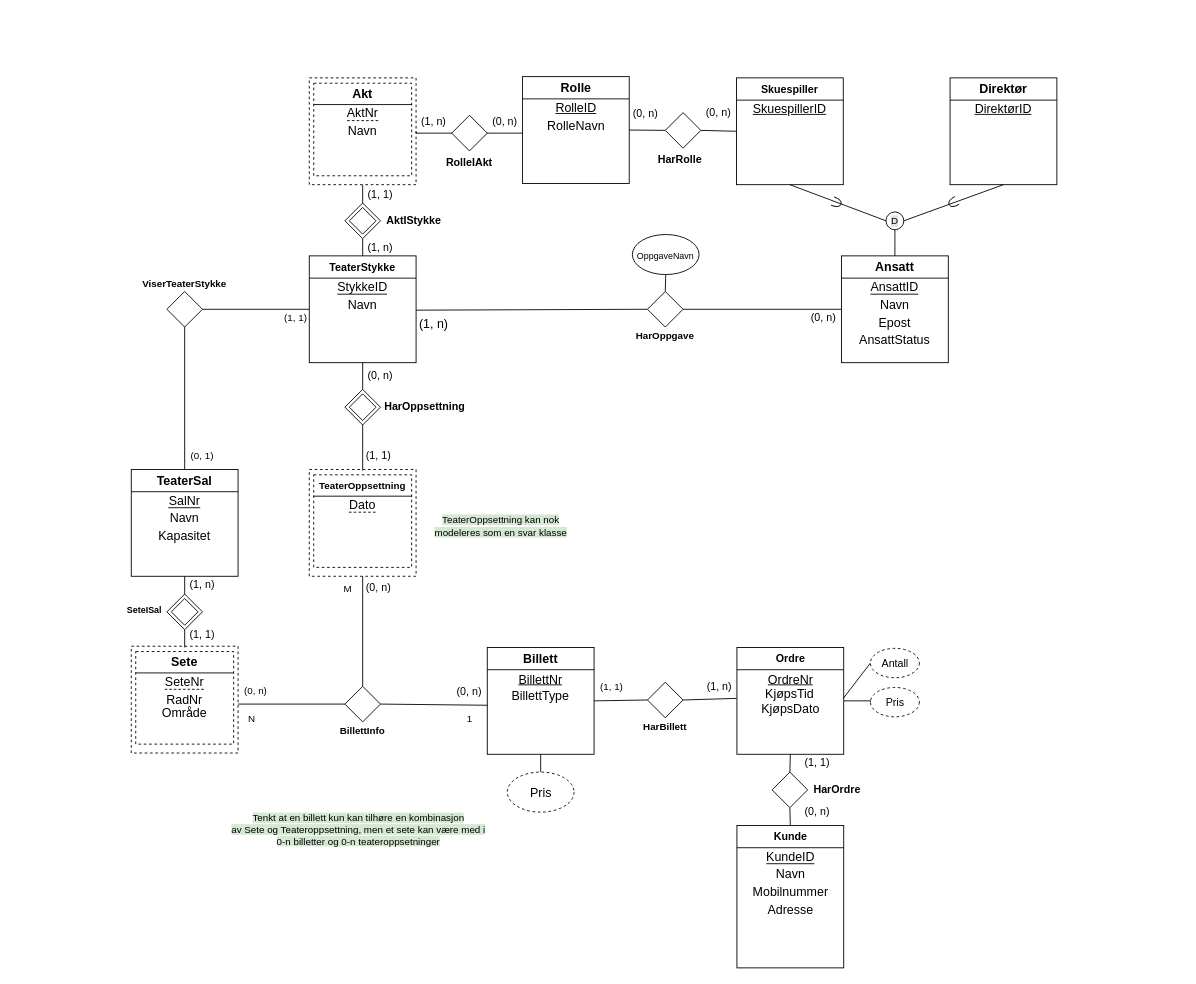
This is prosjekt-db-245.drawio from tobiaslborning/prosjekt-databaser-gr245, a draw.io file, before an edit. Source tidied: cells renumbered, new cells numbered last; positions are measured from the earlier drawing's top-left corner, leaving out a move shared by most shapes. Both pictures are drawn from the tidied source at 89%, with x=0, y=0 at pixel (117, 77).
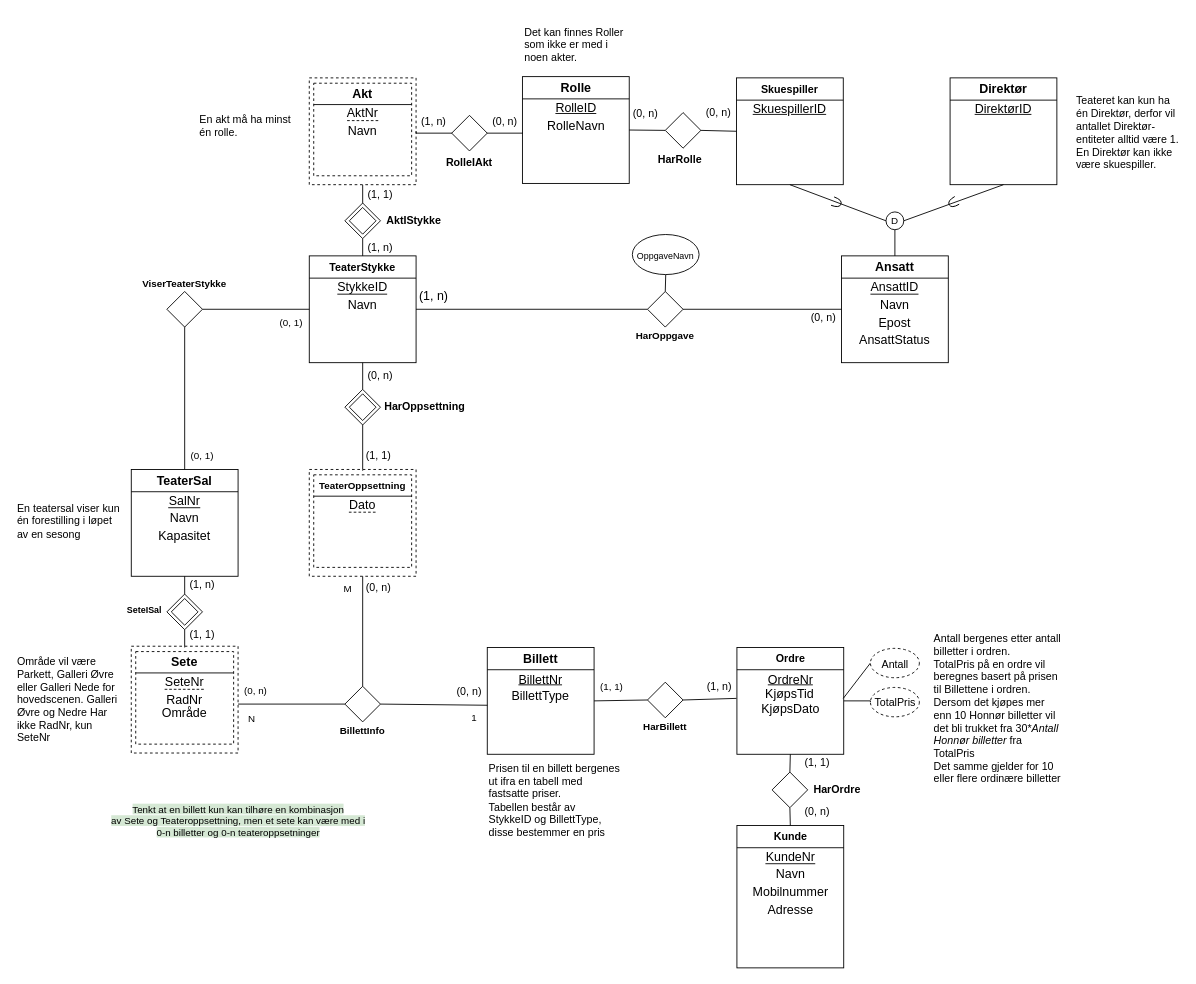
The same diagram, later.

Unchanged cells that the change refers to:
```xml
<mxCell id="111" style="rounded=0;whiteSpace=wrap;html=1;fontSize=14;strokeColor=default;strokeWidth=1;fontFamily=Helvetica;fontColor=#000000;" parent="1" vertex="1">
  <mxGeometry x="415" y="641" width="120" height="120" as="geometry" />
</mxCell>
<mxCell id="155" style="rhombus;whiteSpace=wrap;html=1;fontSize=14;strokeColor=default;labelBackgroundColor=#D5E8D4;fontFamily=Helvetica;fontColor=#000000;" parent="1" vertex="1">
  <mxGeometry x="595" y="241" width="40" height="40" as="geometry" />
</mxCell>
```

Change to the diagram source:
```diff
@@
-    <mxCell id="28" value="&lt;span style=&quot;border-bottom: 1px solid black&quot;&gt;&lt;font style=&quot;font-size: 14px;&quot;&gt;KundeID&lt;/font&gt;&lt;/span&gt;" style="text;strokeColor=none;align=center;fillColor=none;html=1;verticalAlign=middle;whiteSpace=wrap;rounded=0;strokeWidth=1;labelPosition=center;verticalLabelPosition=middle;fontSize=12;" parent="1" vertex="1">
+    <mxCell id="28" value="&lt;span style=&quot;border-bottom: 1px solid black&quot;&gt;&lt;font style=&quot;font-size: 14px;&quot;&gt;KundeNr&lt;/font&gt;&lt;/span&gt;" style="text;strokeColor=none;align=center;fillColor=none;html=1;verticalAlign=middle;whiteSpace=wrap;rounded=0;strokeWidth=1;labelPosition=center;verticalLabelPosition=middle;fontSize=12;" parent="1" vertex="1">
       <mxGeometry x="695.5" y="866" width="120" height="20" as="geometry" />
     </mxCell>
@@
-    <mxCell id="30" value="&lt;font style=&quot;font-size: 12px;&quot;&gt;Pris&lt;/font&gt;" style="ellipse;whiteSpace=wrap;html=1;fontSize=14;fontColor=#000000;dashed=1;" parent="1" vertex="1">
+    <mxCell id="30" value="&lt;font style=&quot;font-size: 12px;&quot;&gt;TotalPris&lt;/font&gt;" style="ellipse;whiteSpace=wrap;html=1;fontSize=14;fontColor=#000000;dashed=1;" parent="1" vertex="1">
       <mxGeometry x="845.5" y="685.9" width="55" height="33" as="geometry" />
     </mxCell>
@@
     <mxCell id="108" value="(1, n)" style="text;strokeColor=none;align=center;fillColor=none;html=1;verticalAlign=middle;whiteSpace=wrap;rounded=0;fontSize=14;fontFamily=Helvetica;fontColor=#000000;" parent="1" vertex="1">
-      <mxGeometry x="335" y="262" width="40" height="30" as="geometry" />
+      <mxGeometry x="335" y="231" width="40" height="30" as="geometry" />
     </mxCell>
-    <mxCell id="109" style="edgeStyle=none;shape=connector;rounded=0;jettySize=auto;html=1;exitX=0.5;exitY=1;exitDx=0;exitDy=0;entryX=0.5;entryY=0;entryDx=0;entryDy=0;labelBackgroundColor=default;strokeColor=#000000;fontFamily=Helvetica;fontSize=11;fontColor=#000000;endArrow=none;endFill=0;" parent="1" edge="1" source="111" target="118">
-      <mxGeometry relative="1" as="geometry" />
-    </mxCell>
@@
-    <mxCell id="118" value="Pris" style="ellipse;whiteSpace=wrap;html=1;fontSize=14;fontColor=#000000;dashed=1;fontFamily=Helvetica;" parent="1" vertex="1">
-      <mxGeometry x="437.5" y="781" width="75" height="45" as="geometry" />
-    </mxCell>
@@
     <mxCell id="120" value="1" style="text;html=1;align=center;verticalAlign=middle;strokeColor=none;fillColor=none;fontSize=11;fontFamily=Helvetica;fontColor=#000000;" parent="1" vertex="1">
-      <mxGeometry x="380" y="706.1" width="30" height="30" as="geometry" />
+      <mxGeometry x="385" y="704.6" width="30" height="30" as="geometry" />
     </mxCell>
@@
-    <mxCell id="128" value="&lt;span style=&quot;background-color: rgb(213, 232, 212);&quot;&gt;TeaterOppsettning kan nok&lt;br&gt;modeleres som en svar klasse&lt;br&gt;&lt;/span&gt;" style="text;html=1;align=center;verticalAlign=middle;strokeColor=none;fillColor=none;fontSize=11;fontFamily=Helvetica;fontColor=#000000;" parent="1" vertex="1">
-      <mxGeometry x="345" y="485.4" width="170" height="40" as="geometry" />
-    </mxCell>
     <mxCell id="129" value="&lt;span style=&quot;background-color: rgb(213, 232, 212);&quot;&gt;Tenkt at en billett kun kan tilhøre en kombinasjon&lt;br&gt;av Sete og Teateroppsettning, men et sete kan være med i&lt;br&gt;0-n billetter og 0-n teateroppsetninger&lt;br&gt;&lt;/span&gt;" style="text;html=1;align=center;verticalAlign=middle;strokeColor=none;fillColor=none;fontSize=11;fontFamily=Helvetica;fontColor=#000000;" parent="1" vertex="1">
-      <mxGeometry x="115" y="821" width="310" height="50" as="geometry" />
+      <mxGeometry x="-20" y="811" width="310" height="50" as="geometry" />
     </mxCell>
@@
-    <mxCell id="135" value="(1, 1)" style="text;strokeColor=none;align=center;fillColor=none;html=1;verticalAlign=middle;whiteSpace=wrap;rounded=0;fontSize=11;fontFamily=Helvetica;fontColor=#000000;" parent="1" vertex="1">
-      <mxGeometry x="180" y="255.7" width="40" height="30" as="geometry" />
+    <mxCell id="135" value="(0, 1)" style="text;strokeColor=none;align=center;fillColor=none;html=1;verticalAlign=middle;whiteSpace=wrap;rounded=0;fontSize=11;fontFamily=Helvetica;fontColor=#000000;" parent="1" vertex="1">
+      <mxGeometry x="175" y="261" width="40" height="30" as="geometry" />
     </mxCell>
@@
-    <mxCell id="148" value="D" style="ellipse;whiteSpace=wrap;html=1;fontColor=#000000;labelBackgroundColor=#D5E8D4;fontFamily=Helvetica;fontSize=11;" parent="1" vertex="1">
+    <mxCell id="148" value="D" style="ellipse;whiteSpace=wrap;html=1;fontColor=#000000;labelBackgroundColor=#ffffff;fontFamily=Helvetica;fontSize=11;" parent="1" vertex="1">
       <mxGeometry x="863" y="151.6" width="20" height="20" as="geometry" />
     </mxCell>
@@
-    <mxCell id="154" style="edgeStyle=none;shape=connector;rounded=0;jettySize=auto;html=1;exitX=0;exitY=0.5;exitDx=0;exitDy=0;entryX=0;entryY=0;entryDx=0;entryDy=0;labelBackgroundColor=default;strokeColor=#000000;fontFamily=Helvetica;fontSize=11;fontColor=#000000;endArrow=none;endFill=0;" parent="1" edge="1" source="155" target="108">
+    <mxCell id="154" style="edgeStyle=none;shape=connector;rounded=0;jettySize=auto;html=1;exitX=0;exitY=0.5;exitDx=0;exitDy=0;entryX=0;entryY=1;entryDx=0;entryDy=0;labelBackgroundColor=default;strokeColor=#000000;fontFamily=Helvetica;fontSize=11;fontColor=#000000;endArrow=none;endFill=0;" parent="1" edge="1" source="155" target="108">
       <mxGeometry relative="1" as="geometry" />
     </mxCell>
@@
+    <mxCell id="161" value="&lt;font style=&quot;font-size: 12px;&quot;&gt;En teatersal viser kun én forestilling i løpet av en sesong&lt;/font&gt;" style="text;strokeColor=none;align=left;fillColor=none;html=1;verticalAlign=middle;whiteSpace=wrap;rounded=0;strokeWidth=1;fontStyle=0;" parent="1" vertex="1">
+      <mxGeometry x="-115" y="446" width="120" height="105" as="geometry" />
+    </mxCell>
+    <mxCell id="162" value="&lt;font style=&quot;font-size: 12px;&quot;&gt;Område vil være Parkett, Galleri Øvre eller Galleri Nede for hovedscenen. Galleri Øvre og Nedre Har ikke RadNr, kun SeteNr&lt;/font&gt;" style="text;strokeColor=none;align=left;fillColor=none;html=1;verticalAlign=middle;whiteSpace=wrap;rounded=0;strokeWidth=1;fontStyle=0;" parent="1" vertex="1">
+      <mxGeometry x="-115" y="647.1" width="120" height="105" as="geometry" />
+    </mxCell>
+    <mxCell id="163" value="Antall bergenes etter antall billetter i ordren. &lt;br&gt;TotalPris på en ordre vil beregnes basert på prisen til Billettene i ordren.&lt;br&gt;Dersom det kjøpes mer enn 10 Honnør billetter vil det bli trukket fra 30*&lt;i&gt;Antall Honnør billetter &lt;/i&gt;fra TotalPris&lt;br&gt;Det samme gjelder for 10 eller flere ordinære billetter" style="text;strokeColor=none;align=left;fillColor=none;html=1;verticalAlign=middle;whiteSpace=wrap;rounded=0;strokeWidth=1;fontStyle=0;" parent="1" vertex="1">
+      <mxGeometry x="915" y="609" width="150" height="201.4" as="geometry" />
+    </mxCell>
+    <mxCell id="164" value="Teateret kan kun ha én Direktør, derfor vil antallet Direktør-entiteter alltid være 1.&lt;br&gt;En Direktør kan ikke være skuespiller.&amp;nbsp;&amp;nbsp;" style="text;strokeColor=none;align=left;fillColor=none;html=1;verticalAlign=middle;whiteSpace=wrap;rounded=0;strokeWidth=1;fontStyle=0;" parent="1" vertex="1">
+      <mxGeometry x="1075" y="10.6" width="120" height="105" as="geometry" />
+    </mxCell>
+    <mxCell id="165" value="En akt må ha minst én rolle." style="text;strokeColor=none;align=left;fillColor=none;html=1;verticalAlign=middle;whiteSpace=wrap;rounded=0;strokeWidth=1;fontStyle=0;" parent="1" vertex="1">
+      <mxGeometry x="90" y="2.1" width="120" height="105" as="geometry" />
+    </mxCell>
+    <mxCell id="166" value="Det kan finnes Roller som ikke er med i noen akter." style="text;strokeColor=none;align=left;fillColor=none;html=1;verticalAlign=middle;whiteSpace=wrap;rounded=0;strokeWidth=1;fontStyle=0;" parent="1" vertex="1">
+      <mxGeometry x="455" y="-69" width="120" height="65" as="geometry" />
+    </mxCell>
+    <mxCell id="167" value="Prisen til en billett bergenes ut ifra en tabell med fastsatte priser.&lt;br&gt;Tabellen består av StykkeID og BillettType, disse bestemmer en pris" style="text;strokeColor=none;align=left;fillColor=none;html=1;verticalAlign=middle;whiteSpace=wrap;rounded=0;strokeWidth=1;fontStyle=0;" parent="1" vertex="1">
+      <mxGeometry x="415" y="752.1" width="150" height="121.4" as="geometry" />
+    </mxCell>
```
